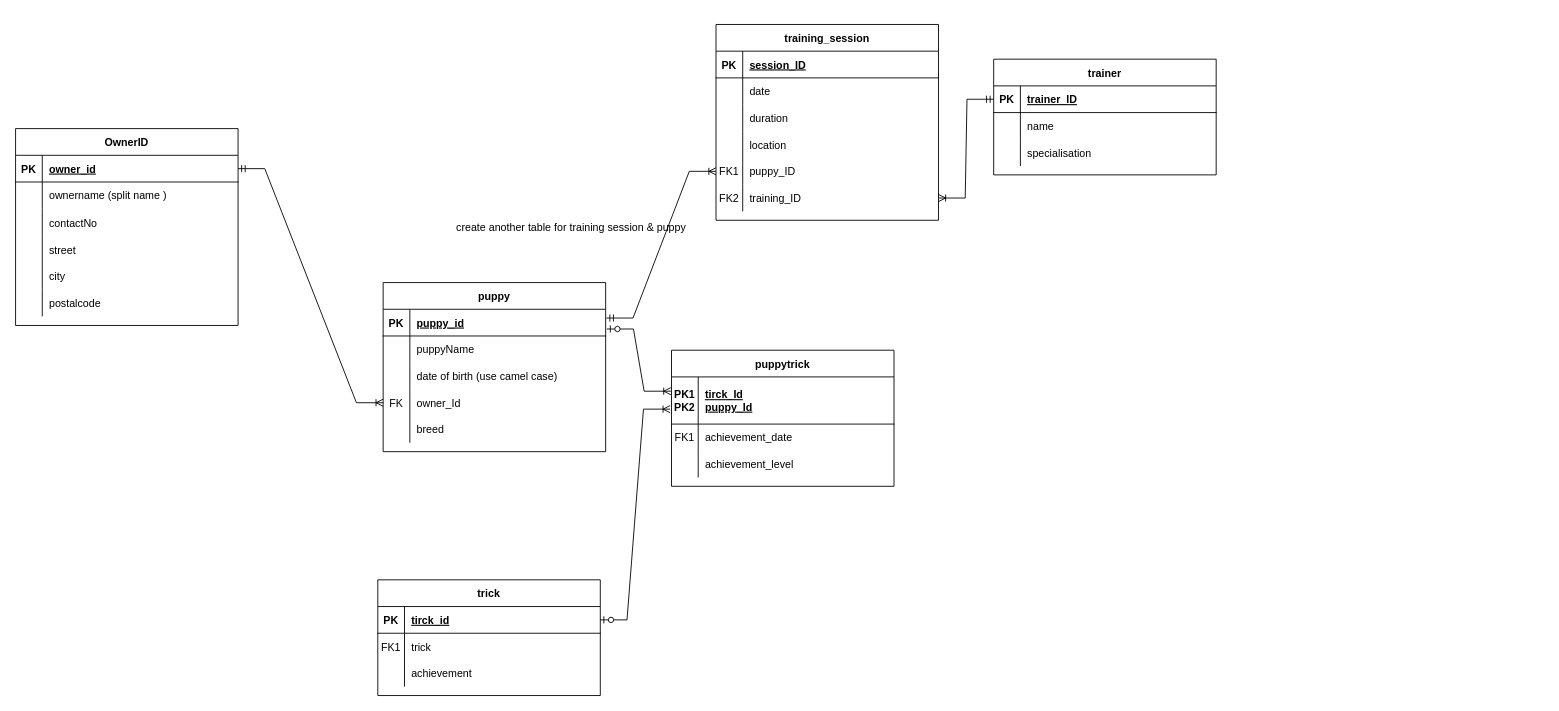
The draw.io diagram page "Page-1" (1 of 2) of Relational.drawio in Macaies/relational-datbase, before the edit. Source tidied: cells renumbered, new cells numbered last; positions are measured from the earlier drawing's top-left corner, leaving out a move shared by most shapes. Both pictures are drawn from the tidied source at 89%, with x=0, y=0 at pixel (15, 24).
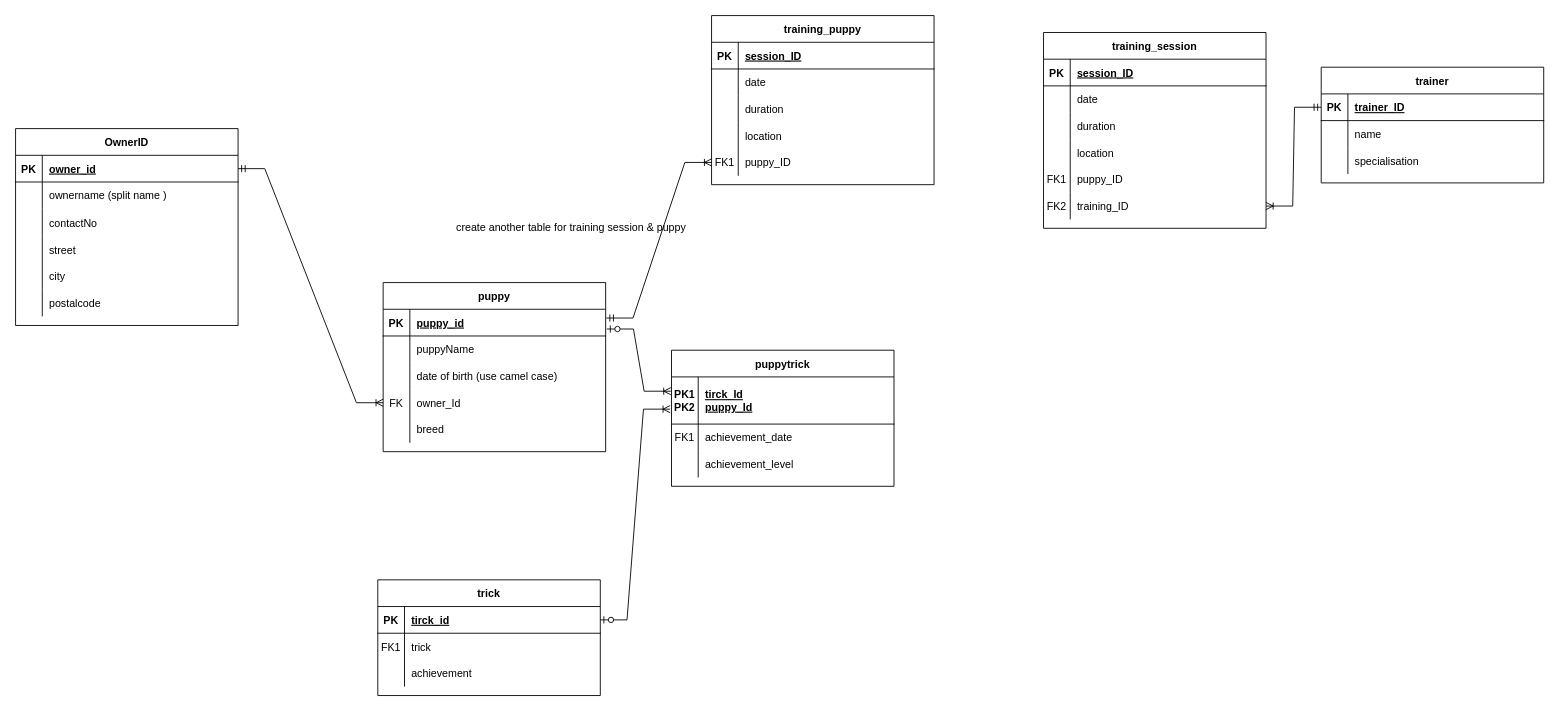
After the change.

Unchanged cells that the change refers to:
```xml
<mxCell id="3" style="shape=partialRectangle;fillColor=none;points=[[0,0.5],[1,0.5]];portConstraint=eastwest;top=0;left=0;right=0;bottom=1;" parent="2" vertex="1">
  <mxGeometry y="30" width="250" height="30" as="geometry" />
</mxCell>
<mxCell id="83" style="shape=partialRectangle;fillColor=none;points=[[0,0.5],[1,0.5]];portConstraint=eastwest;top=0;left=0;right=0;bottom=0;" parent="70" vertex="1">
  <mxGeometry y="150" width="250" height="30" as="geometry" />
</mxCell>
```

What changed in the source:
```diff
@@
     <mxCell id="60" value="trainer" style="shape=table;startSize=30;childLayout=tableLayout;rowLines=0;fontStyle=1;align=center;" parent="1" vertex="1">
-      <mxGeometry x="1099" y="39" width="250" height="130" as="geometry" />
+      <mxGeometry x="1467" y="48" width="250" height="130" as="geometry" />
     </mxCell>
@@
     <mxCell id="70" value="training_session" style="shape=table;startSize=30;childLayout=tableLayout;rowLines=0;fontStyle=1;align=center;" parent="1" vertex="1">
-      <mxGeometry x="787" width="250" height="220" as="geometry" />
+      <mxGeometry x="1155" y="9" width="250" height="220" as="geometry" />
     </mxCell>
@@
-    <mxCell id="89" style="edgeStyle=entityRelationEdgeStyle;fontSize=12;html=1;endArrow=ERoneToMany;startArrow=ERmandOne;rounded=0;entryX=0;entryY=0.5;entryDx=0;entryDy=0;exitX=1.003;exitY=0.328;exitDx=0;exitDy=0;exitPerimeter=0;" parent="1" edge="1" source="3" target="83">
+    <mxCell id="89" style="edgeStyle=entityRelationEdgeStyle;fontSize=12;html=1;endArrow=ERoneToMany;startArrow=ERmandOne;rounded=0;exitX=1.003;exitY=0.328;exitDx=0;exitDy=0;exitPerimeter=0;" parent="1" edge="1" source="3" target="105">
       <mxGeometry relative="1" as="geometry" />
     </mxCell>
@@
+    <mxCell id="92" value="training_puppy" style="shape=table;startSize=30;childLayout=tableLayout;rowLines=0;fontStyle=1;align=center;" parent="1" vertex="1">
+      <mxGeometry x="782" y="-10" width="250" height="190" as="geometry" />
+    </mxCell>
+    <mxCell id="93" style="shape=partialRectangle;fillColor=none;top=0;left=0;right=0;bottom=1;" parent="92" vertex="1">
+      <mxGeometry y="30" width="250" height="30" as="geometry" />
+    </mxCell>
+    <mxCell id="94" value="PK" style="shape=partialRectangle;overflow=hidden;fillColor=none;top=0;left=0;bottom=0;right=0;fontStyle=1;" parent="93" vertex="1">
+      <mxGeometry width="30" height="30" as="geometry" />
+    </mxCell>
+    <mxCell id="95" value="session_ID" style="shape=partialRectangle;overflow=hidden;fillColor=none;top=0;left=0;bottom=0;right=0;align=left;spacingLeft=6;fontStyle=5;" parent="93" vertex="1">
+      <mxGeometry x="30" width="220" height="30" as="geometry" />
+    </mxCell>
+    <mxCell id="96" style="shape=partialRectangle;fillColor=none;top=0;left=0;right=0;bottom=0;" parent="92" vertex="1">
+      <mxGeometry y="60" width="250" height="30" as="geometry" />
+    </mxCell>
+    <mxCell id="97" style="shape=partialRectangle;overflow=hidden;fillColor=none;top=0;left=0;bottom=0;right=0;" parent="96" vertex="1">
+      <mxGeometry width="30" height="30" as="geometry" />
+    </mxCell>
+    <mxCell id="98" value="date" style="shape=partialRectangle;overflow=hidden;fillColor=none;top=0;left=0;bottom=0;right=0;align=left;spacingLeft=6;" parent="96" vertex="1">
+      <mxGeometry x="30" width="220" height="30" as="geometry" />
+    </mxCell>
+    <mxCell id="99" style="shape=partialRectangle;fillColor=none;top=0;left=0;right=0;bottom=0;" parent="92" vertex="1">
+      <mxGeometry y="90" width="250" height="30" as="geometry" />
+    </mxCell>
+    <mxCell id="100" style="shape=partialRectangle;overflow=hidden;fillColor=none;top=0;left=0;bottom=0;right=0;" parent="99" vertex="1">
+      <mxGeometry width="30" height="30" as="geometry" />
+    </mxCell>
+    <mxCell id="101" value="duration" style="shape=partialRectangle;overflow=hidden;fillColor=none;top=0;left=0;bottom=0;right=0;align=left;spacingLeft=6;" parent="99" vertex="1">
+      <mxGeometry x="30" width="220" height="30" as="geometry" />
+    </mxCell>
+    <mxCell id="102" style="shape=partialRectangle;fillColor=none;top=0;left=0;right=0;bottom=0;" parent="92" vertex="1">
+      <mxGeometry y="120" width="250" height="30" as="geometry" />
+    </mxCell>
+    <mxCell id="103" style="shape=partialRectangle;overflow=hidden;fillColor=none;top=0;left=0;bottom=0;right=0;" parent="102" vertex="1">
+      <mxGeometry width="30" height="30" as="geometry" />
+    </mxCell>
+    <mxCell id="104" value="location" style="shape=partialRectangle;overflow=hidden;fillColor=none;top=0;left=0;bottom=0;right=0;align=left;spacingLeft=6;" parent="102" vertex="1">
+      <mxGeometry x="30" width="220" height="30" as="geometry" />
+    </mxCell>
+    <mxCell id="105" style="shape=partialRectangle;fillColor=none;points=[[0,0.5],[1,0.5]];portConstraint=eastwest;top=0;left=0;right=0;bottom=0;" parent="92" vertex="1">
+      <mxGeometry y="150" width="250" height="30" as="geometry" />
+    </mxCell>
+    <mxCell id="106" value="FK1" style="shape=partialRectangle;overflow=hidden;fillColor=none;top=0;left=0;bottom=0;right=0;" parent="105" vertex="1">
+      <mxGeometry width="30" height="30" as="geometry" />
+    </mxCell>
+    <mxCell id="107" value="puppy_ID" style="shape=partialRectangle;overflow=hidden;fillColor=none;top=0;left=0;bottom=0;right=0;align=left;spacingLeft=6;" parent="105" vertex="1">
+      <mxGeometry x="30" width="220" height="30" as="geometry" />
+    </mxCell>
```
